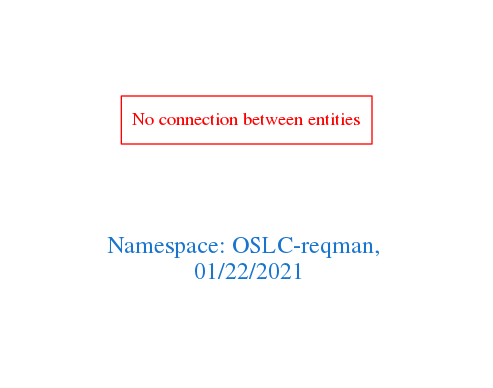
This is downloads/OSLC-reqman.png from arago/OGIT, a Graphviz export, as it was before one commit. Its source is kept beside it as downloads/OSLC-reqman.dot.
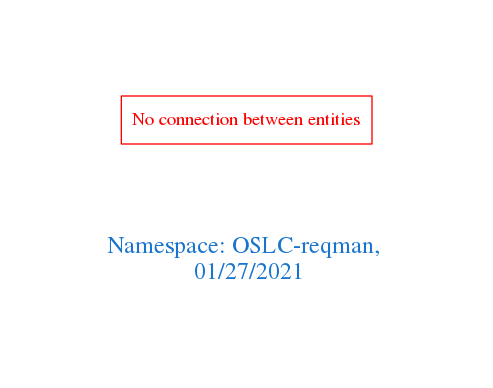
The same diagram one commit later.

What changed in the source:
```diff
@@ -1,7 +1,7 @@
 digraph OGIT_ontology {
  graph [ rankdir= LR,pad=1
 fontsize = 18,
-fontcolor= dodgerblue3,label = "\n\n\nNamespace: OSLC-reqman, \n 01/22/2021"];
+fontcolor= dodgerblue3,label = "\n\n\nNamespace: OSLC-reqman, \n 01/27/2021"];
 node[shape=polygon];
 edge [  color="gray81"];
 
```
